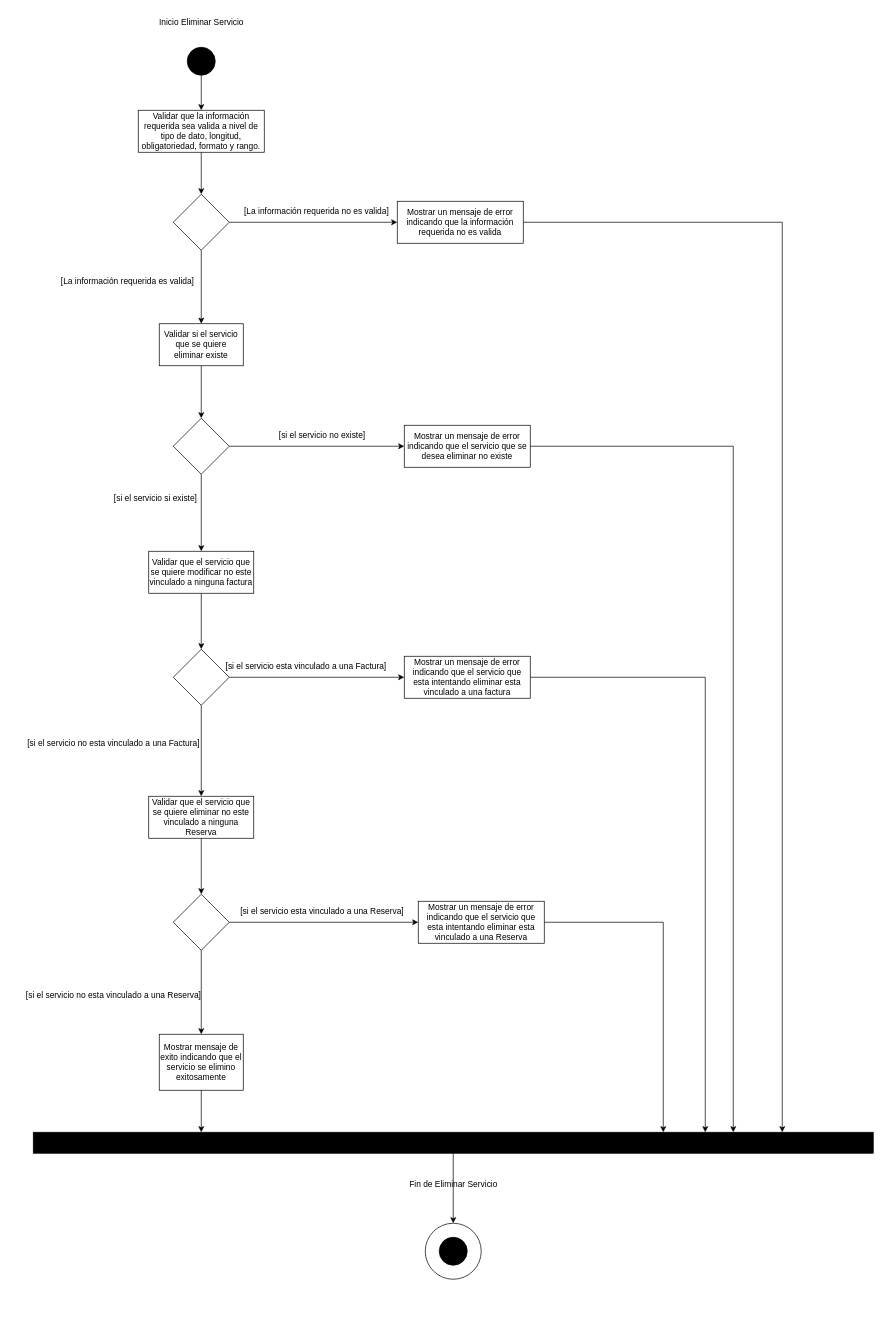
The draw.io diagram SpaOnline/DiagramaActividadesEliminarServicio.drawio in cristianospina/DOO, before the edit. Source tidied: cells renumbered, new cells numbered last; positions are measured from the earlier drawing's top-left corner, leaving out a move shared by most shapes. Both pictures are drawn from the tidied source at 70%, with x=0, y=0 at pixel (12, 12).
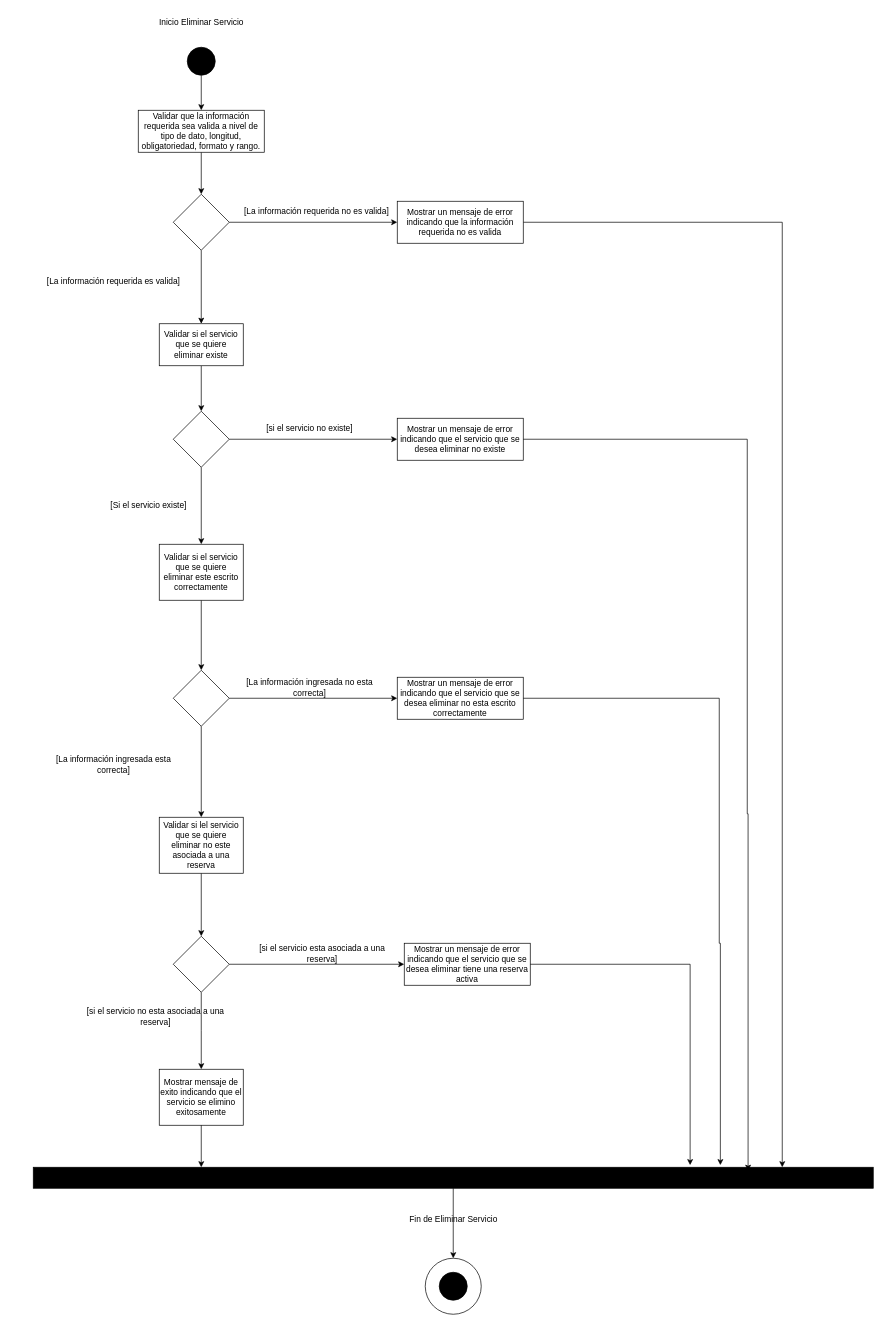
Above is the later version.

Commit message (it also covers changes not shown here):
Correccion diagrama de actividades

Unchanged cells that the change refers to:
```xml
<mxCell id="14" value="Validar si el servicio que se quiere eliminar existe" style="rounded=0;whiteSpace=wrap;html=1;" parent="1" vertex="1">
  <mxGeometry x="210" y="445" width="120" height="60" as="geometry" />
</mxCell>
```

Diff of the diagram source:
```diff
@@
-    <mxCell id="13" style="edgeStyle=orthogonalEdgeStyle;rounded=0;jettySize=auto;html=1;" parent="1" edge="1" source="14" target="18">
-      <mxGeometry relative="1" as="geometry" />
-    </mxCell>
+    <mxCell id="48" style="edgeStyle=orthogonalEdgeStyle;rounded=0;jettySize=auto;html=1;exitX=0.5;exitY=1;exitDx=0;exitDy=0;entryX=0.5;entryY=0;entryDx=0;entryDy=0;" parent="1" edge="1" source="14" target="51">
+      <mxGeometry relative="1" as="geometry" />
+    </mxCell>
@@
     <mxCell id="15" value="[La información requerida es valida]" style="text;html=1;strokeColor=none;fillColor=none;align=center;verticalAlign=middle;whiteSpace=wrap;rounded=0;" parent="1" vertex="1">
-      <mxGeometry x="60" y="370" width="210" height="30" as="geometry" />
+      <mxGeometry x="40" y="370" width="210" height="30" as="geometry" />
     </mxCell>
@@
-    <mxCell id="17" style="edgeStyle=orthogonalEdgeStyle;rounded=0;jettySize=auto;html=1;" parent="1" edge="1" source="18" target="23">
-      <mxGeometry relative="1" as="geometry" />
+    <mxCell id="17" style="edgeStyle=orthogonalEdgeStyle;rounded=0;jettySize=auto;html=1;" parent="1" edge="1" source="18">
+      <mxGeometry relative="1" as="geometry">
+        <mxPoint x="270" y="1510" as="targetPoint" />
+      </mxGeometry>
     </mxCell>
     <mxCell id="18" style="rhombus;whiteSpace=wrap;html=1;" parent="1" vertex="1">
-      <mxGeometry x="230" y="580" width="80" height="80" as="geometry" />
+      <mxGeometry x="230" y="1320" width="80" height="80" as="geometry" />
     </mxCell>
-    <mxCell id="19" style="edgeStyle=orthogonalEdgeStyle;rounded=0;jettySize=auto;html=1;" parent="1" edge="1" source="20" target="43">
-      <mxGeometry relative="1" as="geometry">
-        <Array as="points">
-          <mxPoint x="1030" y="620" />
-        </Array>
-      </mxGeometry>
-    </mxCell>
-    <mxCell id="20" value="Mostrar un mensaje de error indicando que el servicio que se desea eliminar no existe" style="rounded=0;whiteSpace=wrap;html=1;" parent="1" vertex="1">
-      <mxGeometry x="560" y="590" width="180" height="60" as="geometry" />
+    <mxCell id="20" value="Mostrar un mensaje de error indicando que el servicio que se desea eliminar tiene una reserva activa" style="rounded=0;whiteSpace=wrap;html=1;" parent="1" vertex="1">
+      <mxGeometry x="560" y="1330" width="180" height="60" as="geometry" />
     </mxCell>
-    <mxCell id="21" value="[si el servicio no existe]" style="text;html=1;strokeColor=none;fillColor=none;align=center;verticalAlign=middle;whiteSpace=wrap;rounded=0;" parent="1" vertex="1">
-      <mxGeometry x="337.5" y="590" width="210" height="30" as="geometry" />
+    <mxCell id="21" value="[si el servicio esta asociada a una reserva]" style="text;html=1;strokeColor=none;fillColor=none;align=center;verticalAlign=middle;whiteSpace=wrap;rounded=0;" parent="1" vertex="1">
+      <mxGeometry x="337.5" y="1330" width="210" height="30" as="geometry" />
     </mxCell>
-    <mxCell id="22" style="edgeStyle=orthogonalEdgeStyle;rounded=0;jettySize=auto;html=1;" parent="1" edge="1" source="23" target="29">
-      <mxGeometry relative="1" as="geometry" />
-    </mxCell>
-    <mxCell id="23" value="Validar que el servicio que se quiere modificar no este vinculado a ninguna factura" style="rounded=0;whiteSpace=wrap;html=1;" parent="1" vertex="1">
-      <mxGeometry x="195" y="770" width="150" height="60" as="geometry" />
-    </mxCell>
-    <mxCell id="24" value="[si el servicio si existe]" style="text;html=1;strokeColor=none;fillColor=none;align=center;verticalAlign=middle;whiteSpace=wrap;rounded=0;" parent="1" vertex="1">
-      <mxGeometry x="100" y="680" width="210" height="30" as="geometry" />
+    <mxCell id="24" value="[si el servicio no esta asociada a una reserva]" style="text;html=1;strokeColor=none;fillColor=none;align=center;verticalAlign=middle;whiteSpace=wrap;rounded=0;" parent="1" vertex="1">
+      <mxGeometry x="100" y="1420" width="210" height="30" as="geometry" />
     </mxCell>
-    <mxCell id="25" style="edgeStyle=orthogonalEdgeStyle;rounded=0;jettySize=auto;html=1;entryX=0.8;entryY=0;entryDx=0;entryDy=0;entryPerimeter=0;exitX=1;exitY=0.5;exitDx=0;exitDy=0;" parent="1" edge="1" source="26" target="43">
-      <mxGeometry relative="1" as="geometry">
-        <Array as="points">
-          <mxPoint x="990" y="950" />
-        </Array>
-      </mxGeometry>
-    </mxCell>
-    <mxCell id="26" value="Mostrar un mensaje de error indicando que el servicio que esta intentando eliminar esta vinculado a una factura" style="rounded=0;whiteSpace=wrap;html=1;" parent="1" vertex="1">
-      <mxGeometry x="560" y="920" width="180" height="60" as="geometry" />
-    </mxCell>
-    <mxCell id="27" style="edgeStyle=orthogonalEdgeStyle;rounded=0;jettySize=auto;html=1;" parent="1" edge="1" source="29" target="26">
-      <mxGeometry relative="1" as="geometry" />
-    </mxCell>
-    <mxCell id="28" style="edgeStyle=orthogonalEdgeStyle;rounded=0;jettySize=auto;html=1;" parent="1" edge="1" source="29" target="31">
-      <mxGeometry relative="1" as="geometry" />
-    </mxCell>
-    <mxCell id="29" style="rhombus;whiteSpace=wrap;html=1;" parent="1" vertex="1">
-      <mxGeometry x="230" y="910" width="80" height="80" as="geometry" />
-    </mxCell>
-    <mxCell id="30" style="edgeStyle=orthogonalEdgeStyle;rounded=0;jettySize=auto;html=1;" parent="1" edge="1" source="31" target="36">
-      <mxGeometry relative="1" as="geometry" />
-    </mxCell>
-    <mxCell id="31" value="Validar que el servicio que se quiere eliminar no este vinculado a ninguna Reserva" style="rounded=0;whiteSpace=wrap;html=1;" parent="1" vertex="1">
-      <mxGeometry x="195" y="1120" width="150" height="60" as="geometry" />
-    </mxCell>
-    <mxCell id="32" value="[si el servicio esta vinculado a una Factura]" style="text;html=1;strokeColor=none;fillColor=none;align=center;verticalAlign=middle;whiteSpace=wrap;rounded=0;" parent="1" vertex="1">
-      <mxGeometry x="300" y="920" width="240" height="30" as="geometry" />
-    </mxCell>
-    <mxCell id="33" value="[si el servicio no esta vinculado a una Factura]" style="text;html=1;strokeColor=none;fillColor=none;align=center;verticalAlign=middle;whiteSpace=wrap;rounded=0;" parent="1" vertex="1">
-      <mxGeometry y="1029" width="290" height="30" as="geometry" />
-    </mxCell>
-    <mxCell id="34" style="edgeStyle=orthogonalEdgeStyle;rounded=0;jettySize=auto;html=1;" parent="1" edge="1" source="36" target="38">
-      <mxGeometry relative="1" as="geometry" />
-    </mxCell>
-    <mxCell id="35" style="edgeStyle=orthogonalEdgeStyle;rounded=0;jettySize=auto;html=1;" parent="1" edge="1" source="36">
-      <mxGeometry relative="1" as="geometry">
-        <mxPoint x="270" y="1460" as="targetPoint" />
-      </mxGeometry>
-    </mxCell>
-    <mxCell id="36" style="rhombus;whiteSpace=wrap;html=1;" parent="1" vertex="1">
-      <mxGeometry x="230" y="1260" width="80" height="80" as="geometry" />
-    </mxCell>
-    <mxCell id="37" style="edgeStyle=orthogonalEdgeStyle;rounded=0;jettySize=auto;html=1;" parent="1" edge="1" source="38" target="43">
-      <mxGeometry relative="1" as="geometry">
-        <Array as="points">
-          <mxPoint x="930" y="1300" />
-        </Array>
-      </mxGeometry>
-    </mxCell>
-    <mxCell id="38" value="Mostrar un mensaje de error indicando que el servicio que esta intentando eliminar esta vinculado a una Reserva" style="rounded=0;whiteSpace=wrap;html=1;" parent="1" vertex="1">
-      <mxGeometry x="580" y="1270" width="180" height="60" as="geometry" />
-    </mxCell>
-    <mxCell id="39" value="[si el servicio esta vinculado a una Reserva]" style="text;html=1;strokeColor=none;fillColor=none;align=center;verticalAlign=middle;whiteSpace=wrap;rounded=0;" parent="1" vertex="1">
-      <mxGeometry x="322.5" y="1270" width="240" height="30" as="geometry" />
-    </mxCell>
-    <mxCell id="40" value="[si el servicio no esta vinculado a una Reserva]" style="text;html=1;strokeColor=none;fillColor=none;align=center;verticalAlign=middle;whiteSpace=wrap;rounded=0;" parent="1" vertex="1">
-      <mxGeometry y="1390" width="290" height="30" as="geometry" />
-    </mxCell>
     <mxCell id="41" value="Mostrar mensaje de exito indicando que el servicio se elimino exitosamente" style="rounded=0;whiteSpace=wrap;html=1;" parent="1" vertex="1">
-      <mxGeometry x="210" y="1460" width="120" height="80" as="geometry" />
+      <mxGeometry x="210" y="1510" width="120" height="80" as="geometry" />
     </mxCell>
@@
     <mxCell id="43" style="rounded=0;whiteSpace=wrap;html=1;fillColor=#000000;" parent="1" vertex="1">
-      <mxGeometry x="30" y="1600" width="1200" height="30" as="geometry" />
+      <mxGeometry x="30" y="1650" width="1200" height="30" as="geometry" />
     </mxCell>
     <mxCell id="44" style="ellipse;whiteSpace=wrap;html=1;" parent="1" vertex="1">
-      <mxGeometry x="590" y="1730" width="80" height="80" as="geometry" />
+      <mxGeometry x="590" y="1780" width="80" height="80" as="geometry" />
     </mxCell>
     <mxCell id="45" style="ellipse;whiteSpace=wrap;html=1;fillColor=#000000;" parent="1" vertex="1">
-      <mxGeometry x="610" y="1750" width="40" height="40" as="geometry" />
+      <mxGeometry x="610" y="1800" width="40" height="40" as="geometry" />
     </mxCell>
     <mxCell id="46" value="Fin de Eliminar Servicio" style="text;html=1;align=center;verticalAlign=middle;strokeColor=none;fillColor=none;" parent="1" vertex="1">
-      <mxGeometry x="555" y="1660" width="150" height="30" as="geometry" />
+      <mxGeometry x="555" y="1710" width="150" height="30" as="geometry" />
     </mxCell>
@@
+    <mxCell id="49" style="edgeStyle=orthogonalEdgeStyle;rounded=0;jettySize=auto;html=1;exitX=1;exitY=0.5;exitDx=0;exitDy=0;entryX=0;entryY=0.5;entryDx=0;entryDy=0;" parent="1" edge="1" source="51" target="52">
+      <mxGeometry relative="1" as="geometry" />
+    </mxCell>
+    <mxCell id="50" style="edgeStyle=orthogonalEdgeStyle;rounded=0;jettySize=auto;html=1;exitX=0.5;exitY=1;exitDx=0;exitDy=0;" parent="1" edge="1" source="51" target="55">
+      <mxGeometry relative="1" as="geometry" />
+    </mxCell>
+    <mxCell id="51" style="rhombus;whiteSpace=wrap;html=1;" parent="1" vertex="1">
+      <mxGeometry x="230" y="570" width="80" height="80" as="geometry" />
+    </mxCell>
+    <mxCell id="52" value="Mostrar un mensaje de error indicando que el servicio que se desea eliminar no existe" style="rounded=0;whiteSpace=wrap;html=1;" parent="1" vertex="1">
+      <mxGeometry x="550" y="580" width="180" height="60" as="geometry" />
+    </mxCell>
+    <mxCell id="53" value="[si el servicio no existe]" style="text;html=1;strokeColor=none;fillColor=none;align=center;verticalAlign=middle;whiteSpace=wrap;rounded=0;" parent="1" vertex="1">
+      <mxGeometry x="320" y="580" width="210" height="30" as="geometry" />
+    </mxCell>
+    <mxCell id="54" style="edgeStyle=orthogonalEdgeStyle;rounded=0;jettySize=auto;html=1;exitX=0.5;exitY=1;exitDx=0;exitDy=0;entryX=0.5;entryY=0;entryDx=0;entryDy=0;" parent="1" edge="1" source="55" target="59">
+      <mxGeometry relative="1" as="geometry" />
+    </mxCell>
+    <mxCell id="55" value="Validar si el servicio que se quiere eliminar este escrito correctamente" style="rounded=0;whiteSpace=wrap;html=1;" parent="1" vertex="1">
+      <mxGeometry x="210" y="760" width="120" height="80" as="geometry" />
+    </mxCell>
+    <mxCell id="56" value="[Si el servicio existe]" style="text;html=1;strokeColor=none;fillColor=none;align=center;verticalAlign=middle;whiteSpace=wrap;rounded=0;" parent="1" vertex="1">
+      <mxGeometry x="90" y="690" width="210" height="30" as="geometry" />
+    </mxCell>
+    <mxCell id="57" style="edgeStyle=orthogonalEdgeStyle;rounded=0;jettySize=auto;html=1;exitX=0.5;exitY=1;exitDx=0;exitDy=0;" parent="1" edge="1" source="59" target="64">
+      <mxGeometry relative="1" as="geometry" />
+    </mxCell>
+    <mxCell id="58" style="edgeStyle=orthogonalEdgeStyle;rounded=0;jettySize=auto;html=1;exitX=1;exitY=0.5;exitDx=0;exitDy=0;entryX=0;entryY=0.5;entryDx=0;entryDy=0;" parent="1" edge="1" source="59" target="60">
+      <mxGeometry relative="1" as="geometry" />
+    </mxCell>
+    <mxCell id="59" style="rhombus;whiteSpace=wrap;html=1;" parent="1" vertex="1">
+      <mxGeometry x="230" y="940" width="80" height="80" as="geometry" />
+    </mxCell>
+    <mxCell id="60" value="Mostrar un mensaje de error indicando que el servicio que se desea eliminar no esta escrito correctamente" style="rounded=0;whiteSpace=wrap;html=1;" parent="1" vertex="1">
+      <mxGeometry x="550" y="950" width="180" height="60" as="geometry" />
+    </mxCell>
+    <mxCell id="61" value="[La información ingresada no esta correcta]" style="text;html=1;strokeColor=none;fillColor=none;align=center;verticalAlign=middle;whiteSpace=wrap;rounded=0;" parent="1" vertex="1">
+      <mxGeometry x="320" y="950" width="210" height="30" as="geometry" />
+    </mxCell>
+    <mxCell id="62" value="[La información ingresada esta correcta]" style="text;html=1;strokeColor=none;fillColor=none;align=center;verticalAlign=middle;whiteSpace=wrap;rounded=0;" parent="1" vertex="1">
+      <mxGeometry x="40" y="1060" width="210" height="30" as="geometry" />
+    </mxCell>
+    <mxCell id="63" style="edgeStyle=orthogonalEdgeStyle;rounded=0;jettySize=auto;html=1;exitX=0.5;exitY=1;exitDx=0;exitDy=0;entryX=0.5;entryY=0;entryDx=0;entryDy=0;" parent="1" edge="1" source="64" target="18">
+      <mxGeometry relative="1" as="geometry" />
+    </mxCell>
+    <mxCell id="64" value="Validar si lel servicio que se quiere eliminar no este asociada a una reserva" style="rounded=0;whiteSpace=wrap;html=1;" parent="1" vertex="1">
+      <mxGeometry x="210" y="1150" width="120" height="80" as="geometry" />
+    </mxCell>
+    <mxCell id="65" style="edgeStyle=orthogonalEdgeStyle;rounded=0;jettySize=auto;html=1;exitX=1;exitY=0.5;exitDx=0;exitDy=0;entryX=0.851;entryY=0.167;entryDx=0;entryDy=0;entryPerimeter=0;" parent="1" edge="1" source="52" target="43">
+      <mxGeometry relative="1" as="geometry">
+        <Array as="points">
+          <mxPoint x="1050" y="610" />
+          <mxPoint x="1050" y="1145" />
+          <mxPoint x="1051" y="1145" />
+        </Array>
+      </mxGeometry>
+    </mxCell>
+    <mxCell id="66" style="edgeStyle=orthogonalEdgeStyle;rounded=0;jettySize=auto;html=1;exitX=1;exitY=0.5;exitDx=0;exitDy=0;entryX=0.818;entryY=-0.1;entryDx=0;entryDy=0;entryPerimeter=0;" parent="1" edge="1" source="60" target="43">
+      <mxGeometry relative="1" as="geometry">
+        <Array as="points">
+          <mxPoint x="1010" y="980" />
+          <mxPoint x="1010" y="1330" />
+          <mxPoint x="1012" y="1330" />
+        </Array>
+      </mxGeometry>
+    </mxCell>
+    <mxCell id="19" style="edgeStyle=orthogonalEdgeStyle;rounded=0;jettySize=auto;html=1;exitX=1;exitY=0.5;exitDx=0;exitDy=0;entryX=0.782;entryY=-0.1;entryDx=0;entryDy=0;entryPerimeter=0;" parent="1" edge="1" source="20" target="43">
+      <mxGeometry relative="1" as="geometry">
+        <Array as="points">
+          <mxPoint x="968" y="1360" />
+        </Array>
+      </mxGeometry>
+    </mxCell>
```
